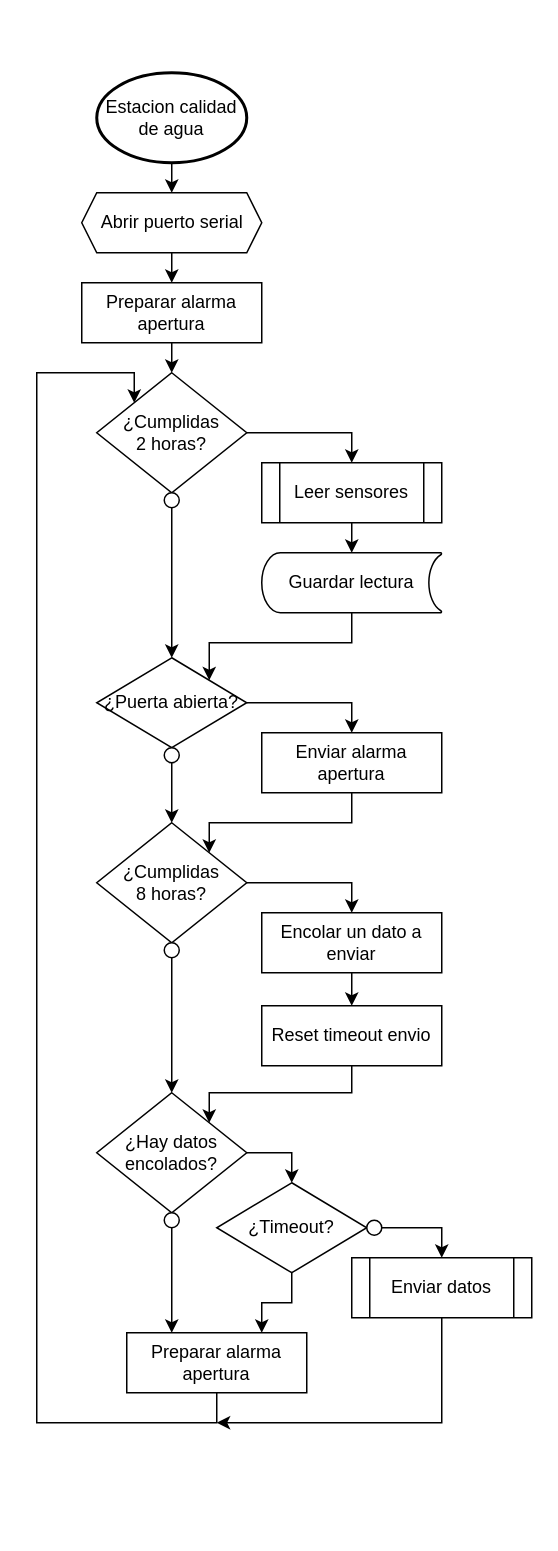
Earlier version of the draw.io diagram page "Diagrama de flujo" (1 of 4) of docs/Diagramas/Estacion rio jachal.drawio (AgustinAllegui/Estacion-calidad-agua). Source tidied: cells renumbered, new cells numbered last; positions are measured from the earlier drawing's top-left corner, leaving out a move shared by most shapes. Both pictures are drawn from the tidied source at 150%, with x=0, y=0 at pixel (36, 72).
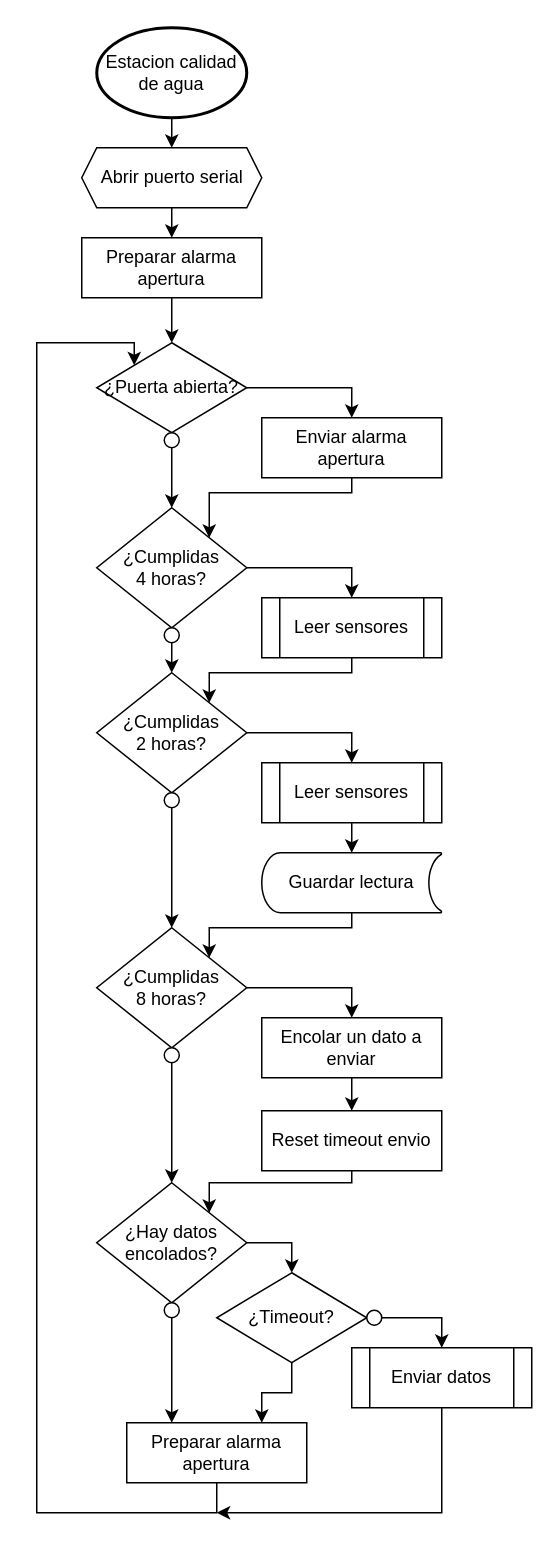
The same diagram, later.

Change to the diagram source:
```diff
@@
     <mxCell id="3" value="Estacion calidad de agua" style="strokeWidth=2;html=1;shape=mxgraph.flowchart.start_2;whiteSpace=wrap;" parent="1" vertex="1">
-      <mxGeometry x="40" width="100" height="60" as="geometry" />
+      <mxGeometry x="40" y="-30" width="100" height="60" as="geometry" />
     </mxCell>
@@
     <mxCell id="5" value="Abrir puerto serial" style="verticalLabelPosition=middle;verticalAlign=middle;html=1;shape=hexagon;perimeter=hexagonPerimeter2;arcSize=6;size=0.08333333333333333;labelPosition=center;align=center;" parent="1" vertex="1">
-      <mxGeometry x="30" y="80" width="120" height="40" as="geometry" />
+      <mxGeometry x="30" y="50" width="120" height="40" as="geometry" />
     </mxCell>
-    <mxCell id="6" style="edgeStyle=orthogonalEdgeStyle;rounded=0;jettySize=auto;html=1;exitX=0.5;exitY=1;exitDx=0;exitDy=0;entryX=0.5;entryY=0;entryDx=0;entryDy=0;" parent="1" edge="1" source="7" target="15">
-      <mxGeometry relative="1" as="geometry" />
-    </mxCell>
+    <mxCell id="42" style="edgeStyle=orthogonalEdgeStyle;rounded=0;jettySize=auto;html=1;exitX=0.5;exitY=1;exitDx=0;exitDy=0;entryX=0.5;entryY=0;entryDx=0;entryDy=0;fontSize=10;" parent="1" edge="1" source="7" target="9">
+      <mxGeometry relative="1" as="geometry" />
+    </mxCell>
     <mxCell id="7" value="Preparar alarma apertura" style="rounded=0;whiteSpace=wrap;html=1;verticalAlign=middle;" parent="1" vertex="1">
-      <mxGeometry x="30" y="140" width="120" height="40" as="geometry" />
+      <mxGeometry x="30" y="110" width="120" height="40" as="geometry" />
     </mxCell>
-    <mxCell id="8" style="edgeStyle=orthogonalEdgeStyle;rounded=0;jettySize=auto;html=1;exitX=1;exitY=0.5;exitDx=0;exitDy=0;entryX=0.5;entryY=0;entryDx=0;entryDy=0;" parent="1" edge="1" source="9" target="13">
-      <mxGeometry relative="1" as="geometry" />
-    </mxCell>
-    <mxCell id="9" value="¿Puerta abierta?" style="rhombus;whiteSpace=wrap;html=1;verticalAlign=middle;" parent="1" vertex="1">
-      <mxGeometry x="40" y="390" width="100" height="60" as="geometry" />
-    </mxCell>
-    <mxCell id="10" style="edgeStyle=orthogonalEdgeStyle;rounded=0;jettySize=auto;html=1;exitX=0.5;exitY=1;exitDx=0;exitDy=0;entryX=0.5;entryY=0;entryDx=0;entryDy=0;" parent="1" edge="1" source="11" target="23">
-      <mxGeometry relative="1" as="geometry" />
-    </mxCell>
-    <mxCell id="11" style="ellipse;whiteSpace=wrap;html=1;verticalAlign=middle;" parent="1" vertex="1">
-      <mxGeometry x="85" y="450" width="10" height="10" as="geometry" />
-    </mxCell>
-    <mxCell id="12" style="edgeStyle=orthogonalEdgeStyle;rounded=0;jettySize=auto;html=1;exitX=0.5;exitY=1;exitDx=0;exitDy=0;entryX=1;entryY=0;entryDx=0;entryDy=0;" parent="1" edge="1" source="13" target="23">
-      <mxGeometry relative="1" as="geometry">
-        <Array as="points">
-          <mxPoint x="210" y="500" />
-          <mxPoint x="115" y="500" />
-        </Array>
-      </mxGeometry>
-    </mxCell>
-    <mxCell id="13" value="Enviar alarma apertura" style="rounded=0;whiteSpace=wrap;html=1;verticalAlign=middle;" parent="1" vertex="1">
-      <mxGeometry x="150" y="440" width="120" height="40" as="geometry" />
-    </mxCell>
@@
     <mxCell id="15" value="¿Cumplidas&lt;br&gt;2 horas?" style="rhombus;whiteSpace=wrap;html=1;verticalAlign=middle;" parent="1" vertex="1">
-      <mxGeometry x="40" y="200" width="100" height="80" as="geometry" />
+      <mxGeometry x="40" y="400" width="100" height="80" as="geometry" />
     </mxCell>
-    <mxCell id="16" style="edgeStyle=orthogonalEdgeStyle;rounded=0;jettySize=auto;html=1;exitX=0.5;exitY=1;exitDx=0;exitDy=0;entryX=0.5;entryY=0;entryDx=0;entryDy=0;" parent="1" edge="1" source="17" target="9">
+    <mxCell id="16" style="edgeStyle=orthogonalEdgeStyle;rounded=0;jettySize=auto;html=1;exitX=0.5;exitY=1;exitDx=0;exitDy=0;entryX=0.5;entryY=0;entryDx=0;entryDy=0;" parent="1" edge="1" source="17" target="23">
       <mxGeometry relative="1" as="geometry" />
     </mxCell>
     <mxCell id="17" style="ellipse;whiteSpace=wrap;html=1;verticalAlign=middle;" parent="1" vertex="1">
-      <mxGeometry x="85" y="280" width="10" height="10" as="geometry" />
+      <mxGeometry x="85" y="480" width="10" height="10" as="geometry" />
     </mxCell>
@@
     <mxCell id="19" value="Leer sensores" style="shape=process;whiteSpace=wrap;html=1;backgroundOutline=1;verticalAlign=middle;" parent="1" vertex="1">
-      <mxGeometry x="150" y="260" width="120" height="40" as="geometry" />
+      <mxGeometry x="150" y="460" width="120" height="40" as="geometry" />
     </mxCell>
-    <mxCell id="20" style="edgeStyle=orthogonalEdgeStyle;rounded=0;jettySize=auto;html=1;exitX=0.5;exitY=1;exitDx=0;exitDy=0;exitPerimeter=0;entryX=1;entryY=0;entryDx=0;entryDy=0;" parent="1" edge="1" source="21" target="9">
+    <mxCell id="20" style="edgeStyle=orthogonalEdgeStyle;rounded=0;jettySize=auto;html=1;exitX=0.5;exitY=1;exitDx=0;exitDy=0;exitPerimeter=0;entryX=1;entryY=0;entryDx=0;entryDy=0;" parent="1" edge="1" source="21" target="23">
       <mxGeometry relative="1" as="geometry">
         <Array as="points">
-          <mxPoint x="210" y="380" />
-          <mxPoint x="115" y="380" />
+          <mxPoint x="210" y="570" />
+          <mxPoint x="115" y="570" />
         </Array>
       </mxGeometry>
     </mxCell>
     <mxCell id="21" value="Guardar lectura" style="strokeWidth=1;html=1;shape=mxgraph.flowchart.stored_data;whiteSpace=wrap;verticalAlign=middle;" parent="1" vertex="1">
-      <mxGeometry x="150" y="320" width="120" height="40" as="geometry" />
+      <mxGeometry x="150" y="520" width="120" height="40" as="geometry" />
     </mxCell>
@@
     <mxCell id="23" value="¿Cumplidas&lt;br&gt;8 horas?" style="rhombus;whiteSpace=wrap;html=1;verticalAlign=middle;" parent="1" vertex="1">
-      <mxGeometry x="40" y="500" width="100" height="80" as="geometry" />
+      <mxGeometry x="40" y="570" width="100" height="80" as="geometry" />
     </mxCell>
@@
     <mxCell id="25" style="ellipse;whiteSpace=wrap;html=1;verticalAlign=middle;" parent="1" vertex="1">
-      <mxGeometry x="85" y="580" width="10" height="10" as="geometry" />
+      <mxGeometry x="85" y="650" width="10" height="10" as="geometry" />
     </mxCell>
@@
     <mxCell id="27" value="Encolar un dato a enviar" style="rounded=0;whiteSpace=wrap;html=1;verticalAlign=middle;" parent="1" vertex="1">
-      <mxGeometry x="150" y="560" width="120" height="40" as="geometry" />
+      <mxGeometry x="150" y="630" width="120" height="40" as="geometry" />
     </mxCell>
@@
     <mxCell id="29" value="¿Hay datos encolados?" style="rhombus;whiteSpace=wrap;html=1;verticalAlign=middle;" parent="1" vertex="1">
-      <mxGeometry x="40" y="680" width="100" height="80" as="geometry" />
+      <mxGeometry x="40" y="740" width="100" height="80" as="geometry" />
     </mxCell>
@@
     <mxCell id="31" style="ellipse;whiteSpace=wrap;html=1;verticalAlign=middle;" parent="1" vertex="1">
-      <mxGeometry x="85" y="760" width="10" height="10" as="geometry" />
+      <mxGeometry x="85" y="820" width="10" height="10" as="geometry" />
     </mxCell>
     <mxCell id="32" style="edgeStyle=orthogonalEdgeStyle;rounded=0;jettySize=auto;html=1;exitX=0.5;exitY=1;exitDx=0;exitDy=0;entryX=1;entryY=0;entryDx=0;entryDy=0;" parent="1" edge="1" source="33" target="29">
       <mxGeometry relative="1" as="geometry">
         <Array as="points">
-          <mxPoint x="210" y="680" />
-          <mxPoint x="115" y="680" />
+          <mxPoint x="210" y="740" />
+          <mxPoint x="115" y="740" />
         </Array>
       </mxGeometry>
     </mxCell>
     <mxCell id="33" value="Reset timeout envio" style="rounded=0;whiteSpace=wrap;html=1;verticalAlign=middle;" parent="1" vertex="1">
-      <mxGeometry x="150" y="622" width="120" height="40" as="geometry" />
+      <mxGeometry x="150" y="692" width="120" height="40" as="geometry" />
     </mxCell>
@@
     <mxCell id="35" value="¿Timeout?" style="rhombus;whiteSpace=wrap;html=1;verticalAlign=middle;" parent="1" vertex="1">
-      <mxGeometry x="120" y="740" width="100" height="60" as="geometry" />
+      <mxGeometry x="120" y="800" width="100" height="60" as="geometry" />
     </mxCell>
@@
     <mxCell id="37" style="ellipse;whiteSpace=wrap;html=1;verticalAlign=middle;" parent="1" vertex="1">
-      <mxGeometry x="220" y="765" width="10" height="10" as="geometry" />
+      <mxGeometry x="220" y="825" width="10" height="10" as="geometry" />
     </mxCell>
     <mxCell id="38" style="edgeStyle=orthogonalEdgeStyle;rounded=0;jettySize=auto;html=1;exitX=0.5;exitY=1;exitDx=0;exitDy=0;" parent="1" edge="1" source="39">
       <mxGeometry relative="1" as="geometry">
-        <mxPoint x="120" y="900" as="targetPoint" />
+        <mxPoint x="120" y="960" as="targetPoint" />
         <Array as="points">
-          <mxPoint x="270" y="900" />
+          <mxPoint x="270" y="960" />
         </Array>
       </mxGeometry>
     </mxCell>
     <mxCell id="39" value="Enviar datos" style="shape=process;whiteSpace=wrap;html=1;backgroundOutline=1;strokeWidth=1;verticalAlign=middle;" parent="1" vertex="1">
-      <mxGeometry x="210" y="790" width="120" height="40" as="geometry" />
+      <mxGeometry x="210" y="850" width="120" height="40" as="geometry" />
     </mxCell>
-    <mxCell id="40" style="edgeStyle=orthogonalEdgeStyle;rounded=0;jettySize=auto;html=1;exitX=0.5;exitY=1;exitDx=0;exitDy=0;entryX=0;entryY=0;entryDx=0;entryDy=0;" parent="1" edge="1" source="41" target="15">
+    <mxCell id="40" style="edgeStyle=orthogonalEdgeStyle;rounded=0;jettySize=auto;html=1;exitX=0.5;exitY=1;exitDx=0;exitDy=0;entryX=0;entryY=0;entryDx=0;entryDy=0;" parent="1" edge="1" source="41" target="9">
       <mxGeometry relative="1" as="geometry">
         <Array as="points">
-          <mxPoint x="120" y="900" />
-          <mxPoint y="900" />
-          <mxPoint y="200" />
-          <mxPoint x="65" y="200" />
+          <mxPoint x="120" y="960" />
+          <mxPoint y="960" />
+          <mxPoint y="180" />
+          <mxPoint x="65" y="180" />
         </Array>
       </mxGeometry>
     </mxCell>
     <mxCell id="41" value="Preparar alarma apertura" style="rounded=0;whiteSpace=wrap;html=1;verticalAlign=middle;" parent="1" vertex="1">
-      <mxGeometry x="60" y="840" width="120" height="40" as="geometry" />
+      <mxGeometry x="60" y="900" width="120" height="40" as="geometry" />
     </mxCell>
+    <mxCell id="8" style="edgeStyle=orthogonalEdgeStyle;rounded=0;jettySize=auto;html=1;exitX=1;exitY=0.5;exitDx=0;exitDy=0;entryX=0.5;entryY=0;entryDx=0;entryDy=0;" parent="1" edge="1" source="9" target="13">
+      <mxGeometry relative="1" as="geometry" />
+    </mxCell>
+    <mxCell id="9" value="¿Puerta abierta?" style="rhombus;whiteSpace=wrap;html=1;verticalAlign=middle;" parent="1" vertex="1">
+      <mxGeometry x="40" y="180" width="100" height="60" as="geometry" />
+    </mxCell>
+    <mxCell id="43" style="edgeStyle=orthogonalEdgeStyle;rounded=0;jettySize=auto;html=1;exitX=0.5;exitY=1;exitDx=0;exitDy=0;entryX=0.5;entryY=0;entryDx=0;entryDy=0;fontSize=10;" parent="1" edge="1" source="44" target="47">
+      <mxGeometry relative="1" as="geometry" />
+    </mxCell>
+    <mxCell id="44" style="ellipse;whiteSpace=wrap;html=1;verticalAlign=middle;" parent="1" vertex="1">
+      <mxGeometry x="85" y="240" width="10" height="10" as="geometry" />
+    </mxCell>
+    <mxCell id="45" style="edgeStyle=orthogonalEdgeStyle;rounded=0;jettySize=auto;html=1;exitX=0.5;exitY=1;exitDx=0;exitDy=0;entryX=1;entryY=0;entryDx=0;entryDy=0;fontSize=10;" parent="1" edge="1" source="13" target="47">
+      <mxGeometry relative="1" as="geometry">
+        <Array as="points">
+          <mxPoint x="210" y="280" />
+          <mxPoint x="115" y="280" />
+        </Array>
+      </mxGeometry>
+    </mxCell>
+    <mxCell id="13" value="Enviar alarma apertura" style="rounded=0;whiteSpace=wrap;html=1;verticalAlign=middle;" parent="1" vertex="1">
+      <mxGeometry x="150" y="230" width="120" height="40" as="geometry" />
+    </mxCell>
+    <mxCell id="46" style="edgeStyle=orthogonalEdgeStyle;rounded=0;jettySize=auto;html=1;exitX=1;exitY=0.5;exitDx=0;exitDy=0;entryX=0.5;entryY=0;entryDx=0;entryDy=0;" parent="1" edge="1" source="47" target="51">
+      <mxGeometry relative="1" as="geometry" />
+    </mxCell>
+    <mxCell id="47" value="¿Cumplidas&lt;br&gt;4 horas?" style="rhombus;whiteSpace=wrap;html=1;verticalAlign=middle;" parent="1" vertex="1">
+      <mxGeometry x="40" y="290" width="100" height="80" as="geometry" />
+    </mxCell>
+    <mxCell id="48" style="edgeStyle=orthogonalEdgeStyle;rounded=0;jettySize=auto;html=1;exitX=0.5;exitY=1;exitDx=0;exitDy=0;entryX=0.5;entryY=0;entryDx=0;entryDy=0;fontSize=10;" parent="1" edge="1" source="49" target="15">
+      <mxGeometry relative="1" as="geometry" />
+    </mxCell>
+    <mxCell id="49" style="ellipse;whiteSpace=wrap;html=1;verticalAlign=middle;" parent="1" vertex="1">
+      <mxGeometry x="85" y="370" width="10" height="10" as="geometry" />
+    </mxCell>
+    <mxCell id="50" style="edgeStyle=orthogonalEdgeStyle;rounded=0;jettySize=auto;html=1;exitX=0.5;exitY=1;exitDx=0;exitDy=0;entryX=1;entryY=0;entryDx=0;entryDy=0;fontSize=10;" parent="1" edge="1" source="51" target="15">
+      <mxGeometry relative="1" as="geometry">
+        <Array as="points">
+          <mxPoint x="210" y="400" />
+          <mxPoint x="115" y="400" />
+        </Array>
+      </mxGeometry>
+    </mxCell>
+    <mxCell id="51" value="Leer sensores" style="shape=process;whiteSpace=wrap;html=1;backgroundOutline=1;verticalAlign=middle;" parent="1" vertex="1">
+      <mxGeometry x="150" y="350" width="120" height="40" as="geometry" />
+    </mxCell>
```
